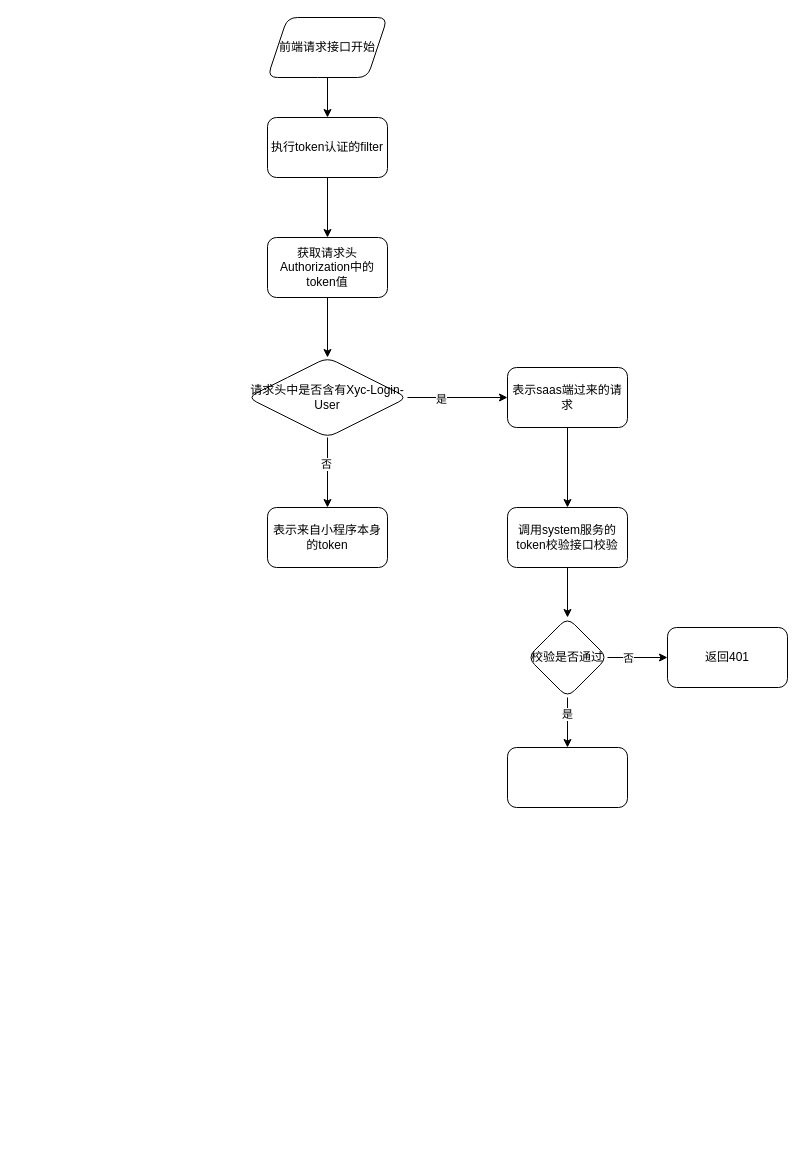
The draw.io diagram 认证流程图.drawio in will-ye/learngitinhome, before the edit. Source tidied: cells renumbered, new cells numbered last; positions are measured from the earlier drawing's top-left corner, leaving out a move shared by most shapes. Both pictures are drawn from the tidied source at 100%, with x=0, y=0 at pixel (247, 17).
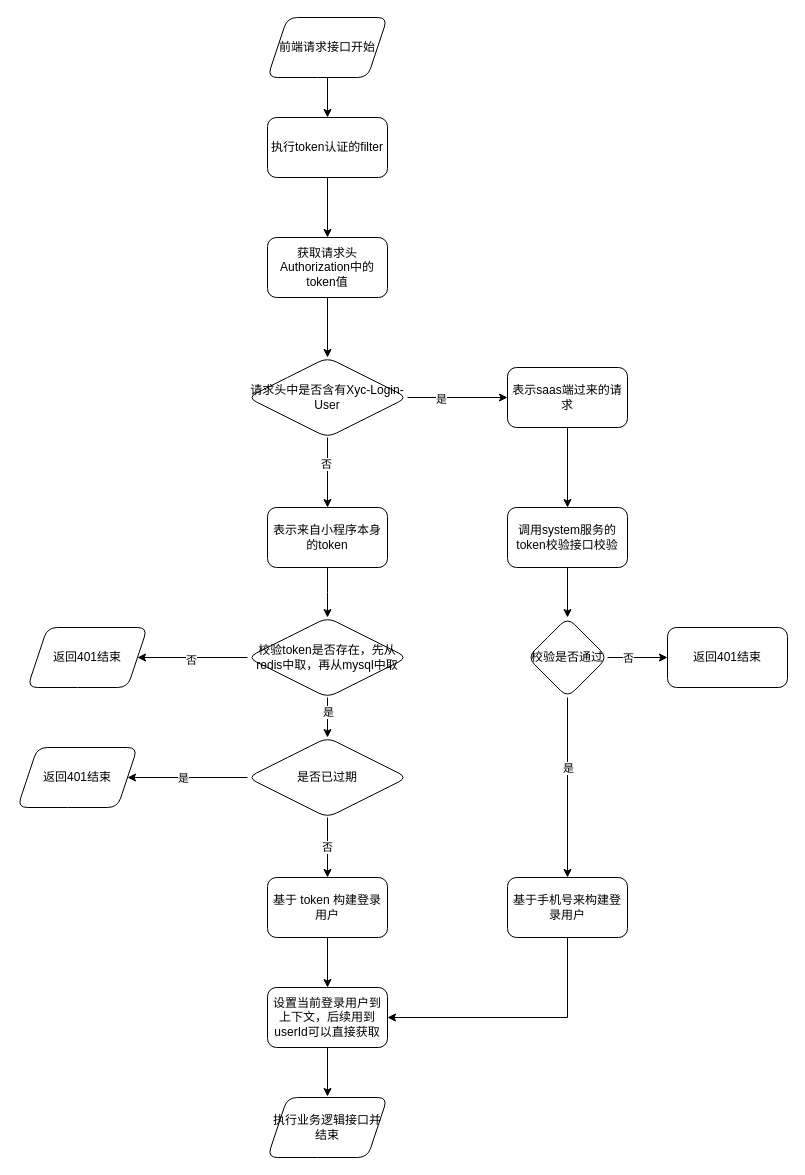
After the change.

Commit message (it also covers changes not shown here):
更新认证流程图.drawio

Unchanged cells that the change refers to:
```xml
<mxCell id="19" style="edgeStyle=orthogonalEdgeStyle;rounded=0;jettySize=auto;html=1;" parent="1" edge="1" source="21" target="23">
  <mxGeometry relative="1" as="geometry" />
</mxCell>
<mxCell id="24" value="表示来自小程序本身的token" style="whiteSpace=wrap;html=1;rounded=1;glass=0;strokeWidth=1;shadow=0;" parent="1" vertex="1">
  <mxGeometry x="20" y="490" width="120" height="60" as="geometry" />
</mxCell>
```

Change to the diagram source:
```diff
@@
     <mxCell id="20" value="是" style="edgeLabel;html=1;align=center;verticalAlign=middle;" parent="19" vertex="1">
-      <mxGeometry x="-0.36" y="-1" relative="1" as="geometry" />
+      <mxGeometry x="-0.36" y="-1" relative="1" as="geometry">
+        <mxPoint x="1" y="12" as="offset" />
+      </mxGeometry>
     </mxCell>
@@
-    <mxCell id="22" value="返回401" style="whiteSpace=wrap;html=1;rounded=1;glass=0;strokeWidth=1;shadow=0;" parent="1" vertex="1">
+    <mxCell id="22" value="返回401结束" style="whiteSpace=wrap;html=1;rounded=1;glass=0;strokeWidth=1;shadow=0;" parent="1" vertex="1">
       <mxGeometry x="420" y="610" width="120" height="60" as="geometry" />
     </mxCell>
+    <mxCell id="25" style="edgeStyle=orthogonalEdgeStyle;rounded=0;jettySize=auto;html=1;exitX=0.5;exitY=1;exitDx=0;exitDy=0;entryX=1;entryY=0.5;entryDx=0;entryDy=0;" parent="1" edge="1" source="23" target="41">
+      <mxGeometry relative="1" as="geometry" />
+    </mxCell>
-    <mxCell id="23" style="whiteSpace=wrap;html=1;rounded=1;glass=0;strokeWidth=1;shadow=0;" parent="1" vertex="1">
-      <mxGeometry x="260" y="730" width="120" height="60" as="geometry" />
+    <mxCell id="23" value="基于手机号来构建登录用户" style="whiteSpace=wrap;html=1;rounded=1;glass=0;strokeWidth=1;shadow=0;" parent="1" vertex="1">
+      <mxGeometry x="260" y="860" width="120" height="60" as="geometry" />
     </mxCell>
+    <mxCell id="26" style="edgeStyle=orthogonalEdgeStyle;rounded=0;jettySize=auto;html=1;" parent="1" edge="1" source="24">
+      <mxGeometry relative="1" as="geometry">
+        <mxPoint x="80" y="600" as="targetPoint" />
+      </mxGeometry>
+    </mxCell>
@@
+    <mxCell id="27" style="edgeStyle=orthogonalEdgeStyle;rounded=0;jettySize=auto;html=1;" parent="1" edge="1" source="31" target="32">
+      <mxGeometry relative="1" as="geometry" />
+    </mxCell>
+    <mxCell id="28" value="否" style="edgeLabel;html=1;align=center;verticalAlign=middle;" parent="27" vertex="1">
+      <mxGeometry x="0.04" y="2" relative="1" as="geometry" />
+    </mxCell>
+    <mxCell id="29" style="edgeStyle=orthogonalEdgeStyle;rounded=0;jettySize=auto;html=1;entryX=0.5;entryY=0;entryDx=0;entryDy=0;" parent="1" edge="1" source="31" target="36">
+      <mxGeometry relative="1" as="geometry" />
+    </mxCell>
+    <mxCell id="30" value="是" style="edgeLabel;html=1;align=center;verticalAlign=middle;" parent="29" vertex="1">
+      <mxGeometry x="-0.3" relative="1" as="geometry" />
+    </mxCell>
+    <mxCell id="31" value="校验token是否存在，先从redis中取，再从mysql中取" style="rhombus;whiteSpace=wrap;html=1;rounded=1;glass=0;strokeWidth=1;shadow=0;" parent="1" vertex="1">
+      <mxGeometry y="600" width="160" height="80" as="geometry" />
+    </mxCell>
+    <mxCell id="32" value="返回401结束" style="shape=parallelogram;perimeter=parallelogramPerimeter;whiteSpace=wrap;html=1;fixedSize=1;rounded=1;glass=0;strokeWidth=1;shadow=0;" parent="1" vertex="1">
+      <mxGeometry x="-220" y="610" width="120" height="60" as="geometry" />
+    </mxCell>
+    <mxCell id="33" style="edgeStyle=orthogonalEdgeStyle;rounded=0;jettySize=auto;html=1;exitX=0;exitY=0.5;exitDx=0;exitDy=0;entryX=1;entryY=0.5;entryDx=0;entryDy=0;" parent="1" edge="1" source="36" target="37">
+      <mxGeometry relative="1" as="geometry" />
+    </mxCell>
+    <mxCell id="34" value="是" style="edgeLabel;html=1;align=center;verticalAlign=middle;" parent="33" vertex="1">
+      <mxGeometry x="0.08" relative="1" as="geometry" />
+    </mxCell>
+    <mxCell id="35" value="否" style="edgeStyle=orthogonalEdgeStyle;rounded=0;jettySize=auto;html=1;" parent="1" edge="1" source="36" target="39">
+      <mxGeometry relative="1" as="geometry" />
+    </mxCell>
+    <mxCell id="36" value="是否已过期" style="rhombus;whiteSpace=wrap;html=1;rounded=1;glass=0;strokeWidth=1;shadow=0;" parent="1" vertex="1">
+      <mxGeometry y="720" width="160" height="80" as="geometry" />
+    </mxCell>
+    <mxCell id="37" value="返回401结束" style="shape=parallelogram;perimeter=parallelogramPerimeter;whiteSpace=wrap;html=1;fixedSize=1;rounded=1;glass=0;strokeWidth=1;shadow=0;" parent="1" vertex="1">
+      <mxGeometry x="-230" y="730" width="120" height="60" as="geometry" />
+    </mxCell>
+    <mxCell id="38" style="edgeStyle=orthogonalEdgeStyle;rounded=0;jettySize=auto;html=1;" parent="1" edge="1" source="39" target="41">
+      <mxGeometry relative="1" as="geometry" />
+    </mxCell>
+    <mxCell id="39" value="基于 token 构建登录用户" style="whiteSpace=wrap;html=1;rounded=1;glass=0;strokeWidth=1;shadow=0;" parent="1" vertex="1">
+      <mxGeometry x="20" y="860" width="120" height="60" as="geometry" />
+    </mxCell>
+    <mxCell id="40" style="edgeStyle=orthogonalEdgeStyle;rounded=0;jettySize=auto;html=1;" parent="1" edge="1" source="41">
+      <mxGeometry relative="1" as="geometry">
+        <mxPoint x="80" y="1079" as="targetPoint" />
+      </mxGeometry>
+    </mxCell>
+    <mxCell id="41" value="设置当前登录用户到上下文，后续用到userId可以直接获取" style="whiteSpace=wrap;html=1;rounded=1;glass=0;strokeWidth=1;shadow=0;" parent="1" vertex="1">
+      <mxGeometry x="20" y="970" width="120" height="60" as="geometry" />
+    </mxCell>
+    <mxCell id="42" value="执行业务逻辑接口并结束" style="shape=parallelogram;perimeter=parallelogramPerimeter;whiteSpace=wrap;html=1;fixedSize=1;rounded=1;glass=0;strokeWidth=1;shadow=0;" parent="1" vertex="1">
+      <mxGeometry x="20" y="1080" width="120" height="60" as="geometry" />
+    </mxCell>
```
